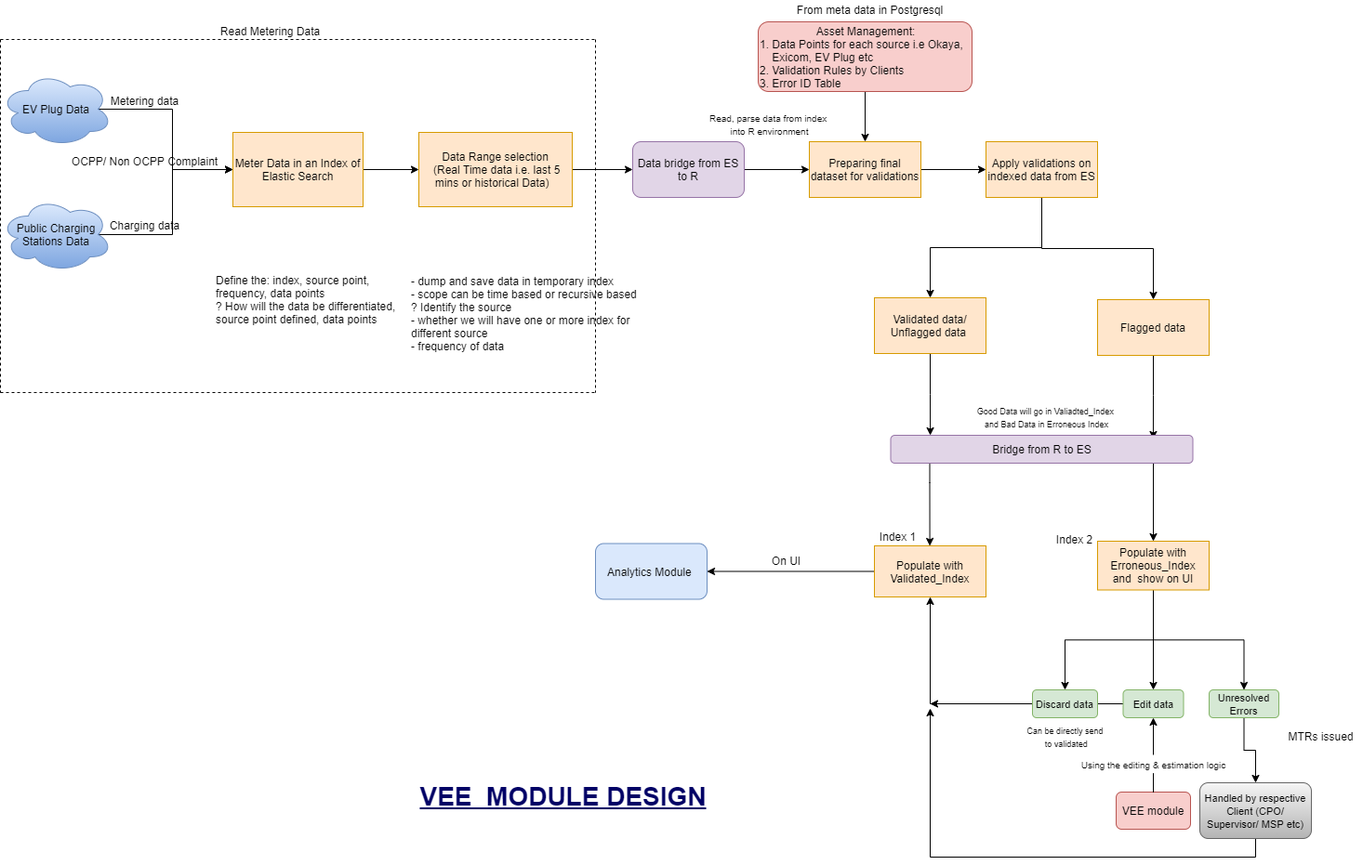
Before: Data Flow.png, a diagram exported from draw.io (jyotijangid/validation-module-ES-R). Source tidied: cells renumbered, new cells last; positions are measured from the earlier drawing's top-left corner, leaving out a move shared by most shapes.
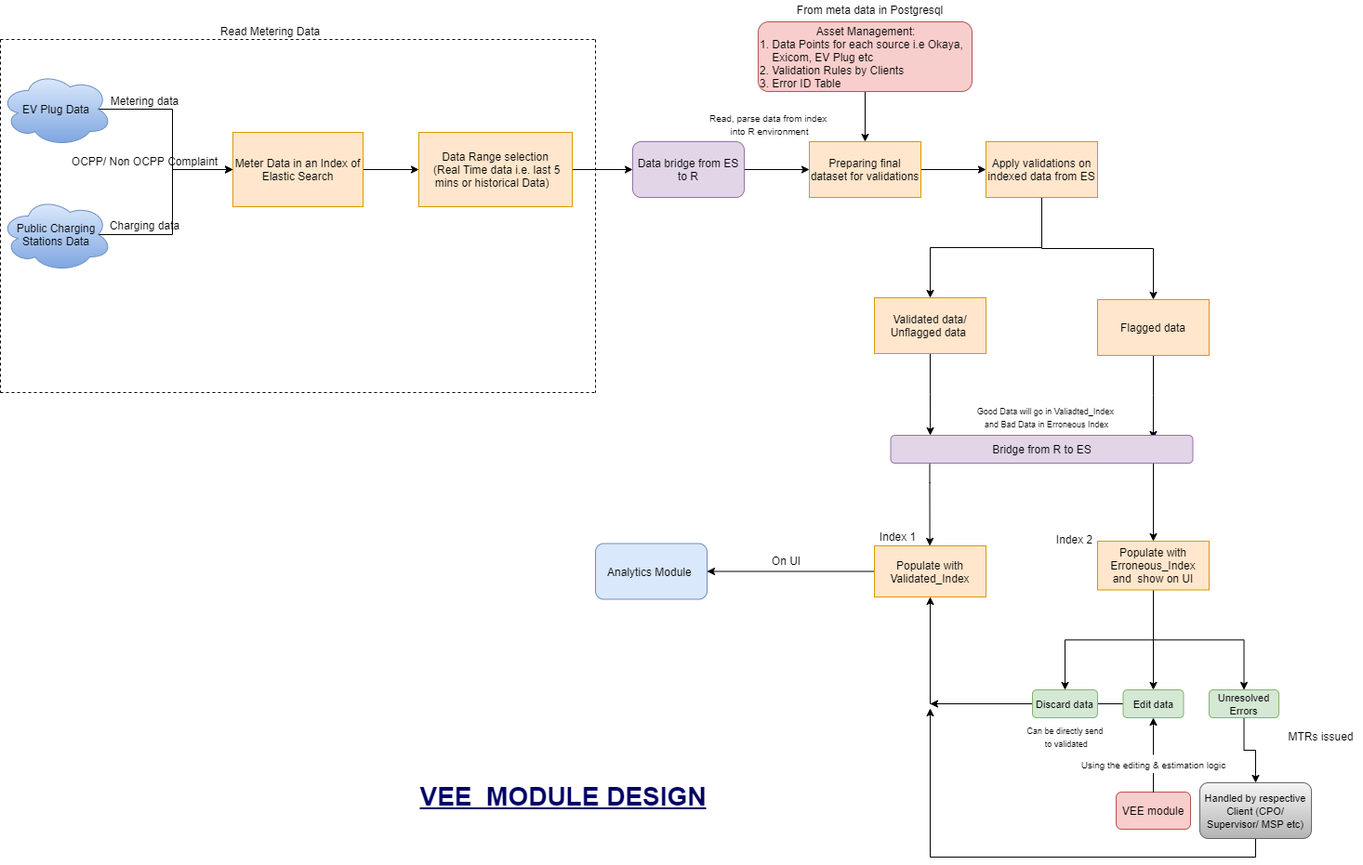
Later version of the same file.

Commit message:
data flow diagram mmodified

What changed in the source:
```diff
@@ -17,18 +17,12 @@
     <mxCell id="6" value="OCPP/ Non OCPP Complaint" style="text;html=1;align=center;verticalAlign=middle;" parent="1" vertex="1">
       <mxGeometry x="70" y="163" width="170" height="20" as="geometry" />
     </mxCell>
-    <mxCell id="7" value="Define the: index, source point,&lt;br&gt;frequency, data points&lt;br&gt;? How will the data be differentiated, &lt;br&gt;source point defined, data points" style="text;html=1;align=left;verticalAlign=middle;" parent="1" vertex="1">
-      <mxGeometry x="230" y="292" width="210" height="60" as="geometry" />
-    </mxCell>
     <mxCell id="8" style="edgeStyle=orthogonalEdgeStyle;rounded=0;jettySize=auto;html=1;" parent="1" edge="1" source="9" target="29">
       <mxGeometry relative="1" as="geometry" />
     </mxCell>
     <mxCell id="9" value="Data Range selection&lt;br&gt;&amp;nbsp;(Real Time data i.e. last 5 mins or historical Data)&amp;nbsp;&amp;nbsp;" style="rounded=0;whiteSpace=wrap;html=1;fillColor=#ffe6cc;strokeColor=#d79b00;" parent="1" vertex="1">
       <mxGeometry x="450" y="142" width="165" height="80" as="geometry" />
     </mxCell>
-    <mxCell id="10" value="- dump and save data in temporary index&lt;br&gt;- scope can be time based or recursive based&lt;br&gt;? Identify the source&lt;br&gt;- whether we will have one or more index for&lt;br&gt;different source&amp;nbsp;&lt;br&gt;- frequency of data" style="text;html=1;align=left;verticalAlign=middle;" parent="1" vertex="1">
-      <mxGeometry x="440" y="292" width="260" height="90" as="geometry" />
-    </mxCell>
     <mxCell id="11" style="edgeStyle=orthogonalEdgeStyle;rounded=0;jettySize=auto;html=1;entryX=0.5;entryY=0;entryDx=0;entryDy=0;" parent="1" edge="1" source="12" target="14">
       <mxGeometry relative="1" as="geometry" />
     </mxCell>
```
